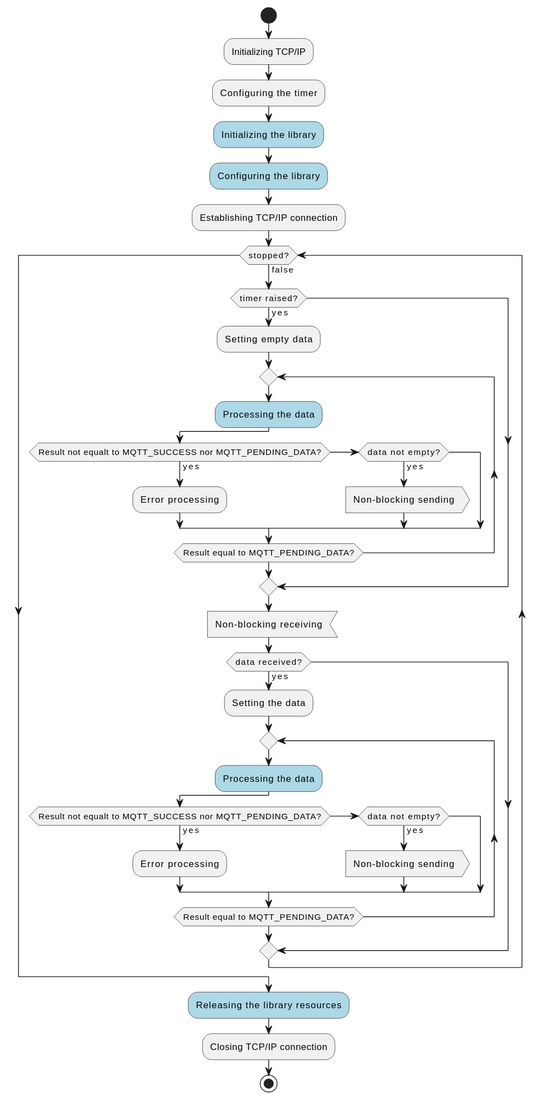
Before: doc/program_flow.svg, a diagram exported from PlantUML (innovasoft-org/libmqttcli).
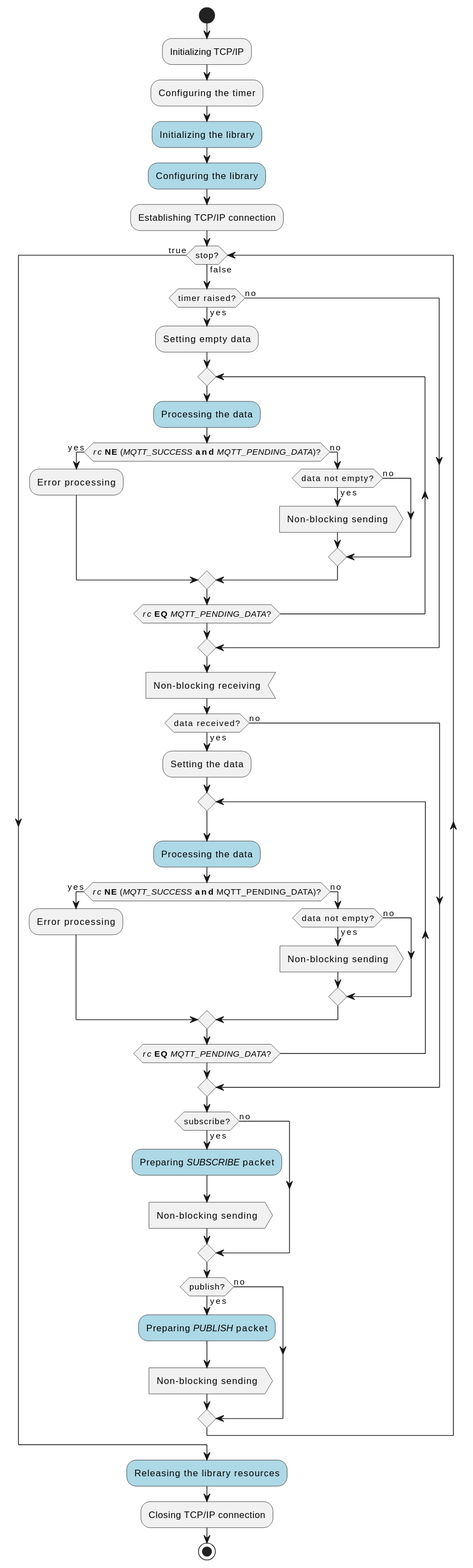
Above is the later version.

The edit, as a diff of the source:
```diff
@@ -11,33 +11,53 @@
 
 :Establishing TCP/IP connection;
 
-while(stopped?) is (false)
-if(timer raised?) then (yes)
-  :Setting empty data;
-  repeat
-    #lightblue:Processing the data;
-    if(Result not equalt to MQTT_SUCCESS nor MQTT_PENDING_DATA?) then (yes)
-      :Error processing;
-    else if(data not empty?) then (yes)
-      :Non-blocking sending;<<Output>>
-    endif
-  repeat while(Result equal to MQTT_PENDING_DATA?)
-endif
+while(stop?) is (false)
+  if(timer raised?) then (yes)
+    :Setting empty data;
+    repeat
+      #lightblue:Processing the data;
+      if(//rc// **NE** (//MQTT_SUCCESS// **and** //MQTT_PENDING_DATA//)?) then (yes)
+        :Error processing;
+      else (no)
+        if(data not empty?) then (yes)
+          :Non-blocking sending;<<Output>>
+        else (no)
+        endif
+      endif
+    repeat while(//rc// **EQ** //MQTT_PENDING_DATA//?)
+  else (no)
+  endif
 
-:Non-blocking receiving; <<Input>>
+  :Non-blocking receiving; <<Input>>
 
-if(data received?) then (yes)
-  :Setting the data;
-  repeat
-    #lightblue:Processing the data;
-    if(Result not equalt to MQTT_SUCCESS nor MQTT_PENDING_DATA?) then (yes)
-      :Error processing;
-    else if(data not empty?) then (yes)
-      :Non-blocking sending;<<Output>>
-    endif
-  repeat while(Result equal to MQTT_PENDING_DATA?)
-endif
-endwhile
+  if(data received?) then (yes)
+    :Setting the data;
+    repeat
+      #lightblue:Processing the data;
+      if(//rc// **NE** (//MQTT_SUCCESS// **and** MQTT_PENDING_DATA)?) then (yes)
+        :Error processing;
+      else (no)
+        if(data not empty?) then (yes)
+          :Non-blocking sending;<<Output>>
+        else (no)
+        endif
+      endif
+    repeat while(//rc// **EQ** //MQTT_PENDING_DATA//?)
+  else (no)
+  endif
+
+  if(subscribe?) then (yes)
+    #lightblue:Preparing //SUBSCRIBE// packet;
+    :Non-blocking sending;<<Output>>
+  else (no)
+  endif
+
+  if(publish?) then (yes)
+    #lightblue:Preparing //PUBLISH// packet;
+    :Non-blocking sending;<<Output>>
+  else (no)
+  endif
+endwhile (true)
 
 #lightblue:Releasing the library resources;
 
```
